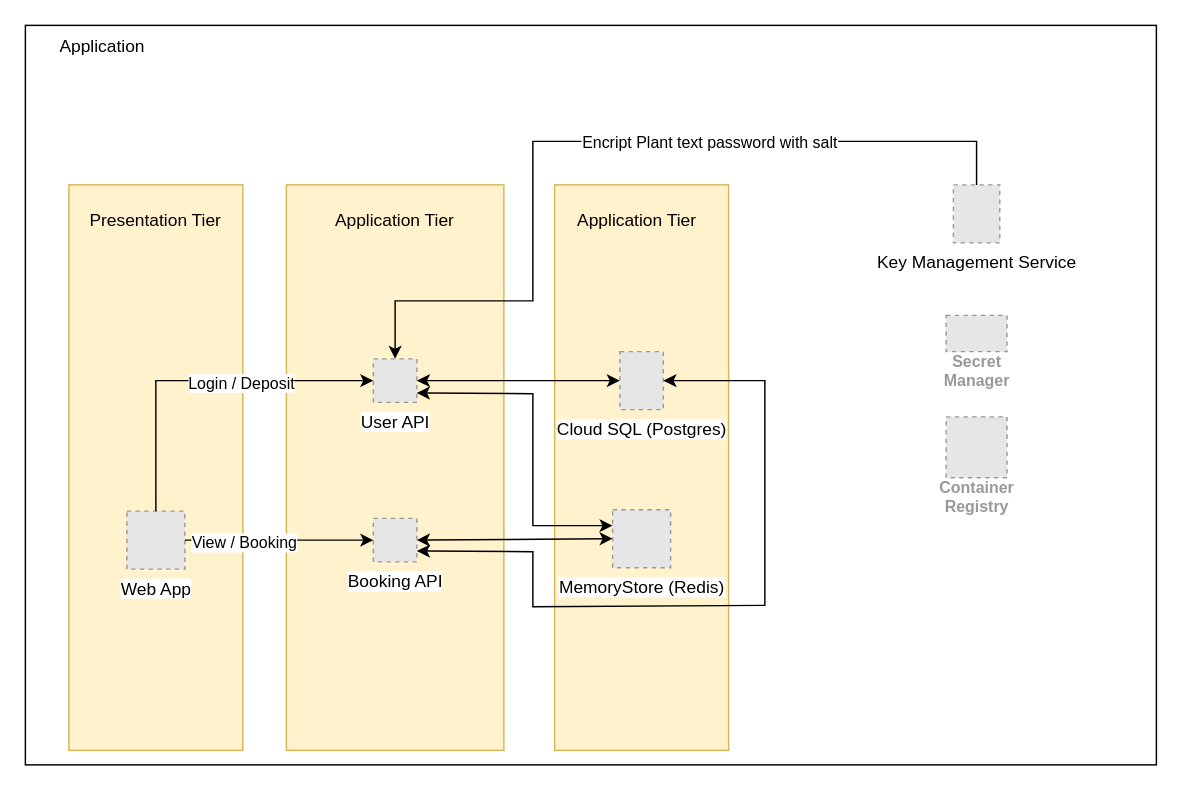
This is Design/Parking-System-v1.drawio from luthuanphong/Parking-System-On-GCP, a draw.io file, before an edit. Source tidied: cells renumbered, new cells numbered last; positions are measured from the earlier drawing's top-left corner, leaving out a move shared by most shapes. Both pictures are drawn from the tidied source at 145%, with x=0, y=0 at pixel (25, 25). Pictures stored in the file or linked from it are replaced by grey dashed boxes.
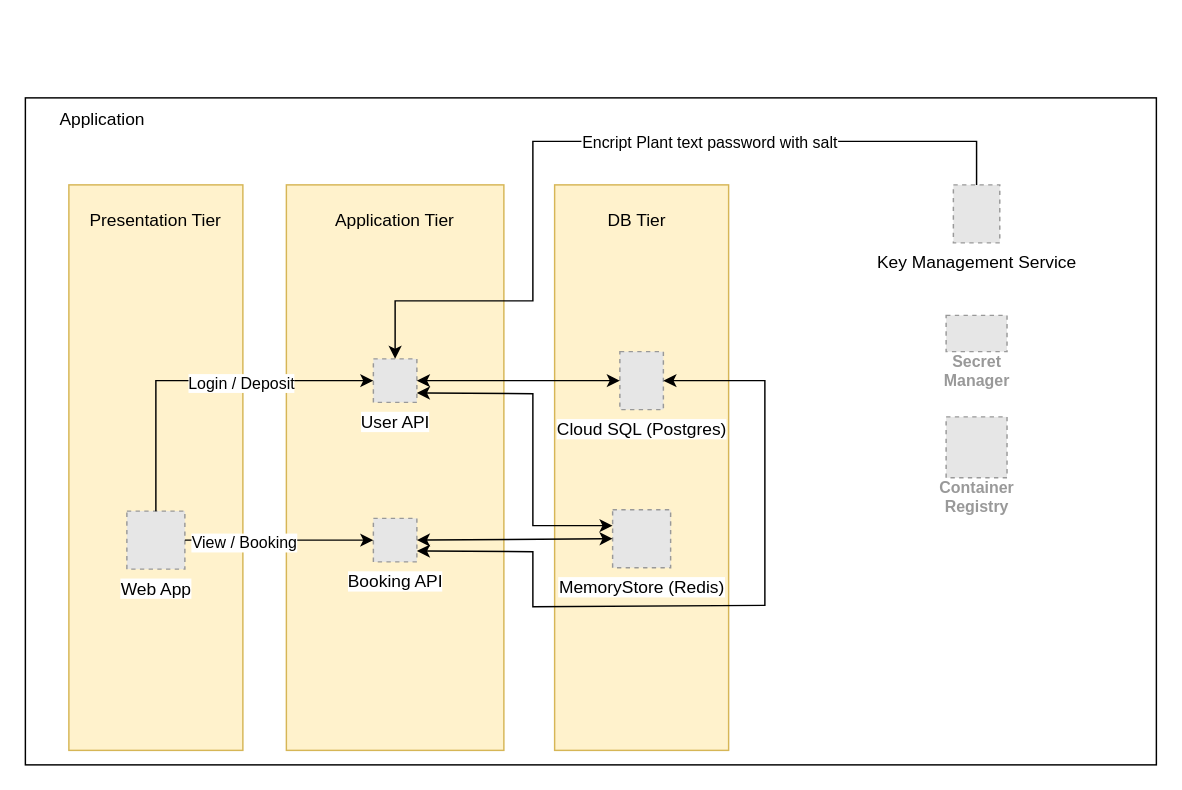
The same page after the edit.

Diff of the diagram source:
```diff
@@
     <mxCell id="2" style="rounded=0;whiteSpace=wrap;html=1;" parent="1" vertex="1">
-      <mxGeometry width="780" height="510" as="geometry" />
+      <mxGeometry y="50" width="780" height="460" as="geometry" />
     </mxCell>
@@
-    <mxCell id="8" value="Application Tier" style="text;html=1;whiteSpace=wrap;strokeColor=none;fillColor=none;align=center;verticalAlign=middle;rounded=0;" parent="1" vertex="1">
+    <mxCell id="8" value="DB Tier" style="text;html=1;whiteSpace=wrap;strokeColor=none;fillColor=none;align=center;verticalAlign=middle;rounded=0;" parent="1" vertex="1">
       <mxGeometry x="372" y="120" width="100" height="30" as="geometry" />
     </mxCell>
@@
     <mxCell id="27" value="Application&amp;nbsp;" style="text;html=1;whiteSpace=wrap;strokeColor=none;fillColor=none;align=center;verticalAlign=middle;rounded=0;" parent="1" vertex="1">
-      <mxGeometry width="110" height="30" as="geometry" />
+      <mxGeometry y="50" width="110" height="30" as="geometry" />
     </mxCell>
```
